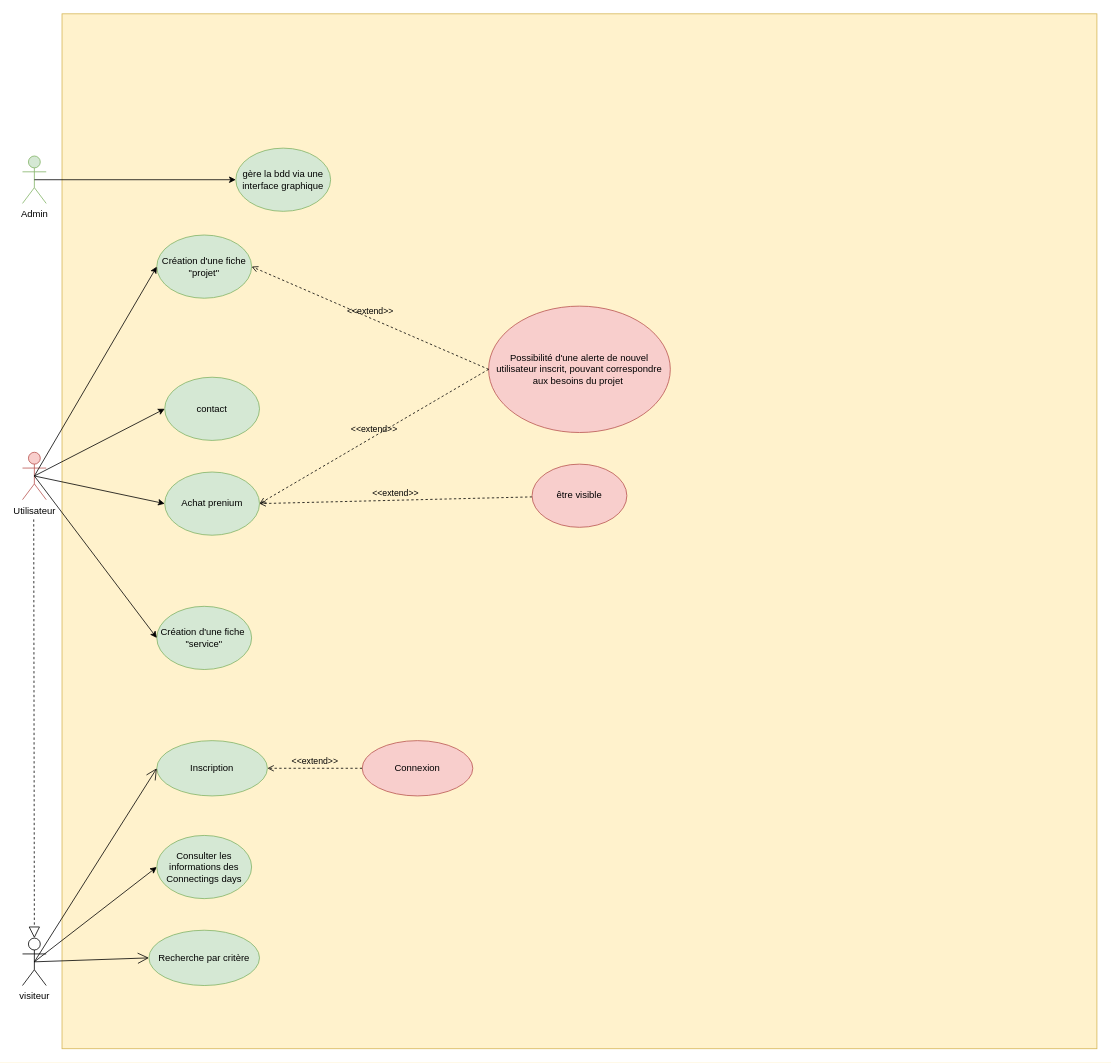
This is Diagramme/DiagrammeCasUtilisations.drawio from alnarolekoala/ProjetStage, a draw.io file, before an edit. Source tidied: cells renumbered, new cells numbered last; positions are measured from the earlier drawing's top-left corner, leaving out a move shared by most shapes. Both pictures are drawn from the tidied source at 79%, with x=0, y=0 at pixel (22, 13).
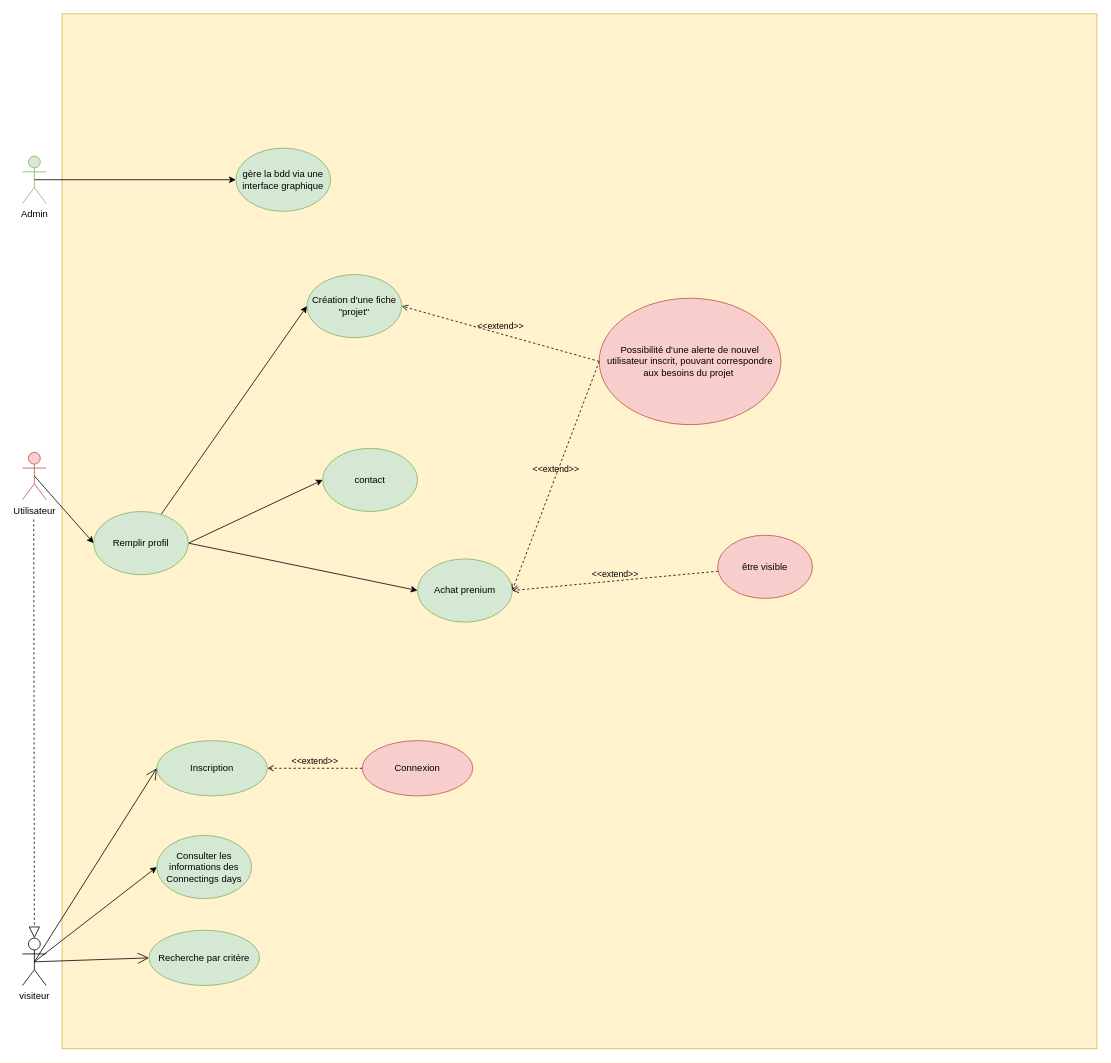
The same page after the edit.

Unchanged cells that the change refers to:
```xml
<mxCell id="4" value="Utilisateur" style="shape=umlActor;verticalLabelPosition=bottom;verticalAlign=top;html=1;fillColor=#f8cecc;strokeColor=#b85450;" parent="1" vertex="1">
  <mxGeometry y="555" width="30" height="60" as="geometry" />
</mxCell>
```

Diff of the diagram source:
```diff
@@
     <mxCell id="10" value="Achat prenium" style="ellipse;whiteSpace=wrap;html=1;fillColor=#d5e8d4;strokeColor=#82b366;" parent="1" vertex="1">
-      <mxGeometry x="180" y="580" width="120" height="80" as="geometry" />
+      <mxGeometry x="500" y="690" width="120" height="80" as="geometry" />
     </mxCell>
@@
     <mxCell id="12" value="être visible" style="ellipse;whiteSpace=wrap;html=1;fillColor=#f8cecc;strokeColor=#b85450;" parent="1" vertex="1">
-      <mxGeometry x="645" y="570" width="120" height="80" as="geometry" />
+      <mxGeometry x="880" y="660" width="120" height="80" as="geometry" />
     </mxCell>
@@
     <mxCell id="15" value="contact" style="ellipse;whiteSpace=wrap;html=1;fillColor=#d5e8d4;strokeColor=#82b366;" parent="1" vertex="1">
-      <mxGeometry x="180" y="460" width="120" height="80" as="geometry" />
+      <mxGeometry x="380" y="550" width="120" height="80" as="geometry" />
     </mxCell>
@@
-    <mxCell id="21" style="endArrow=classic;html=1;exitX=0.5;exitY=0.5;exitDx=0;exitDy=0;exitPerimeter=0;entryX=0;entryY=0.5;entryDx=0;entryDy=0;" parent="1" edge="1" source="4" target="15">
+    <mxCell id="21" style="endArrow=classic;html=1;exitX=1;exitY=0.5;exitDx=0;exitDy=0;entryX=0;entryY=0.5;entryDx=0;entryDy=0;" parent="1" edge="1" source="30" target="15">
       <mxGeometry relative="1" as="geometry" />
     </mxCell>
-    <mxCell id="22" style="endArrow=classic;html=1;exitX=0.5;exitY=0.5;exitDx=0;exitDy=0;exitPerimeter=0;entryX=0;entryY=0.5;entryDx=0;entryDy=0;" parent="1" edge="1" source="4" target="10">
+    <mxCell id="22" style="endArrow=classic;html=1;entryX=0;entryY=0.5;entryDx=0;entryDy=0;exitX=1;exitY=0.5;exitDx=0;exitDy=0;" parent="1" edge="1" source="30" target="10">
       <mxGeometry relative="1" as="geometry" />
     </mxCell>
     <mxCell id="23" value="Création d'une fiche &quot;projet&quot;" style="ellipse;whiteSpace=wrap;html=1;fillColor=#d5e8d4;strokeColor=#82b366;" parent="1" vertex="1">
-      <mxGeometry x="170" y="280" width="120" height="80" as="geometry" />
+      <mxGeometry x="360" y="330" width="120" height="80" as="geometry" />
     </mxCell>
-    <mxCell id="24" style="endArrow=classic;html=1;exitX=0.5;exitY=0.5;exitDx=0;exitDy=0;exitPerimeter=0;entryX=0;entryY=0.5;entryDx=0;entryDy=0;" parent="1" edge="1" source="4" target="23">
+    <mxCell id="24" style="endArrow=classic;html=1;entryX=0;entryY=0.5;entryDx=0;entryDy=0;" parent="1" edge="1" source="30" target="23">
       <mxGeometry relative="1" as="geometry" />
     </mxCell>
     <mxCell id="25" value="Possibilité d'une alerte de nouvel utilisateur inscrit, pouvant correspondre aux besoins du projet&amp;nbsp;" style="ellipse;whiteSpace=wrap;html=1;fillColor=#f8cecc;strokeColor=#b85450;" parent="1" vertex="1">
-      <mxGeometry x="590" y="370" width="230" height="160" as="geometry" />
+      <mxGeometry x="730" y="360" width="230" height="160" as="geometry" />
     </mxCell>
@@
-    <mxCell id="28" value="Création d'une fiche&amp;nbsp;&lt;br&gt;&quot;service&quot;" style="ellipse;whiteSpace=wrap;html=1;fillColor=#d5e8d4;strokeColor=#82b366;" parent="1" vertex="1">
-      <mxGeometry x="170" y="750" width="120" height="80" as="geometry" />
-    </mxCell>
-    <mxCell id="29" style="endArrow=classic;html=1;exitX=0.5;exitY=0.5;exitDx=0;exitDy=0;exitPerimeter=0;entryX=0;entryY=0.5;entryDx=0;entryDy=0;" parent="1" edge="1" source="4" target="28">
-      <mxGeometry relative="1" as="geometry" />
-    </mxCell>
+    <mxCell id="30" value="Remplir profil&lt;br&gt;" style="ellipse;whiteSpace=wrap;html=1;fillColor=#d5e8d4;strokeColor=#82b366;" parent="1" vertex="1">
+      <mxGeometry x="90" y="630" width="120" height="80" as="geometry" />
+    </mxCell>
+    <mxCell id="31" style="endArrow=classic;html=1;exitX=0.5;exitY=0.5;exitDx=0;exitDy=0;exitPerimeter=0;entryX=0;entryY=0.5;entryDx=0;entryDy=0;" parent="1" edge="1" source="4" target="30">
+      <mxGeometry relative="1" as="geometry" />
+    </mxCell>
```
